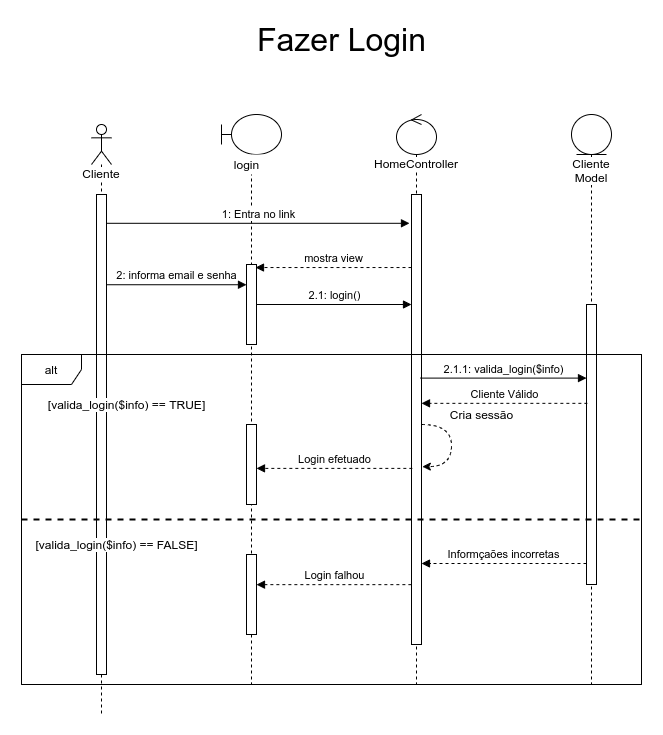
Above: docs/Diagramas/Diagrama-Sequência/Sequencia-Fazer login.drawio.png in joaopaulo7/GCC188-Projeto-Final (draw.io), before the change. Source tidied: cells renumbered, new cells last; positions are measured from the earlier drawing's top-left corner, leaving out a move shared by most shapes. Source of this version:
```xml
<mxGraphModel>
  <root>
    <mxCell id="0" />
    <mxCell id="1" parent="0" />
    <mxCell id="2" value="alt" style="shape=umlFrame;whiteSpace=wrap;html=1;labelBackgroundColor=#FFFFFF;" parent="1" vertex="1">
      <mxGeometry y="330" width="620" height="330" as="geometry" />
    </mxCell>
    <mxCell id="3" value="&lt;span style=&quot;background-color: rgb(255 , 255 , 255)&quot;&gt;Cliente&lt;/span&gt;" style="shape=umlLifeline;participant=umlActor;perimeter=lifelinePerimeter;whiteSpace=wrap;html=1;verticalAlign=top;spacingTop=36;" parent="1" vertex="1">
      <mxGeometry x="70" y="100" width="20" height="590" as="geometry" />
    </mxCell>
    <mxCell id="4" style="html=1;points=[];perimeter=orthogonalPerimeter;fillColor=default;" parent="3" vertex="1">
      <mxGeometry x="5" y="70" width="10" height="480" as="geometry" />
    </mxCell>
    <mxCell id="5" style="shape=umlLifeline;participant=umlBoundary;perimeter=lifelinePerimeter;whiteSpace=wrap;html=1;verticalAlign=top;spacingTop=36;" parent="1" vertex="1">
      <mxGeometry x="200" y="90" width="60" height="570" as="geometry" />
    </mxCell>
    <mxCell id="6" value="login" style="text;html=1;align=center;verticalAlign=middle;fillColor=default;" parent="5" vertex="1">
      <mxGeometry x="5" y="40" width="40" height="20" as="geometry" />
    </mxCell>
    <mxCell id="7" style="html=1;points=[];perimeter=orthogonalPerimeter;fillColor=default;" parent="5" vertex="1">
      <mxGeometry x="25" y="150" width="10" height="80" as="geometry" />
    </mxCell>
    <mxCell id="8" style="html=1;points=[];perimeter=orthogonalPerimeter;labelBackgroundColor=#FFFFFF;fillColor=default;" parent="5" vertex="1">
      <mxGeometry x="25" y="310" width="10" height="80" as="geometry" />
    </mxCell>
    <mxCell id="9" style="html=1;points=[];perimeter=orthogonalPerimeter;labelBackgroundColor=#FFFFFF;fillColor=default;" parent="5" vertex="1">
      <mxGeometry x="25" y="440" width="10" height="80" as="geometry" />
    </mxCell>
    <mxCell id="10" value="&lt;span style=&quot;background-color: rgb(255 , 255 , 255)&quot;&gt;HomeController&lt;/span&gt;" style="shape=umlLifeline;participant=umlControl;perimeter=lifelinePerimeter;whiteSpace=wrap;html=1;verticalAlign=top;spacingTop=36;fillColor=default;" parent="1" vertex="1">
      <mxGeometry x="375" y="90" width="40" height="570" as="geometry" />
    </mxCell>
    <mxCell id="11" style="html=1;points=[];perimeter=orthogonalPerimeter;labelBackgroundColor=#FFFFFF;fillColor=default;" parent="10" vertex="1">
      <mxGeometry x="15" y="80" width="10" height="450" as="geometry" />
    </mxCell>
    <mxCell id="12" value="2: informa email e senha" style="html=1;verticalAlign=bottom;endArrow=block;rounded=0;exitX=1;exitY=0.188;exitDx=0;exitDy=0;exitPerimeter=0;" parent="1" edge="1" source="4" target="7">
      <mxGeometry relative="1" as="geometry" />
    </mxCell>
    <mxCell id="13" value="Cliente Model" style="shape=umlLifeline;participant=umlEntity;perimeter=lifelinePerimeter;whiteSpace=wrap;html=1;verticalAlign=top;spacingTop=36;labelBackgroundColor=#FFFFFF;fillColor=default;" parent="1" vertex="1">
      <mxGeometry x="550" y="90" width="40" height="570" as="geometry" />
    </mxCell>
    <mxCell id="14" style="html=1;points=[];perimeter=orthogonalPerimeter;labelBackgroundColor=#FFFFFF;fillColor=default;" parent="13" vertex="1">
      <mxGeometry x="15" y="190" width="10" height="280" as="geometry" />
    </mxCell>
    <mxCell id="15" value="2.1.1: valida_login($info)" style="html=1;verticalAlign=bottom;endArrow=block;rounded=0;exitX=0.9;exitY=0.408;exitDx=0;exitDy=0;exitPerimeter=0;" parent="1" edge="1" source="11" target="14">
      <mxGeometry relative="1" as="geometry" />
    </mxCell>
    <mxCell id="16" value="Cliente Válido" style="html=1;verticalAlign=bottom;endArrow=block;rounded=0;dashed=1;exitX=0.086;exitY=0.353;exitDx=0;exitDy=0;exitPerimeter=0;" parent="1" edge="1" source="14" target="11">
      <mxGeometry relative="1" as="geometry" />
    </mxCell>
    <mxCell id="17" value="Cria sessão" style="text;html=1;align=center;verticalAlign=middle;strokeColor=none;fillColor=none;" parent="1" vertex="1">
      <mxGeometry x="420" y="380" width="80" height="20" as="geometry" />
    </mxCell>
    <mxCell id="18" value="Login efetuado" style="html=1;verticalAlign=bottom;endArrow=block;rounded=0;exitX=0.083;exitY=0.953;exitDx=0;exitDy=0;exitPerimeter=0;dashed=1;" parent="1" edge="1" target="8">
      <mxGeometry relative="1" as="geometry">
        <mxPoint x="390.8" y="443.9" as="sourcePoint" />
      </mxGeometry>
    </mxCell>
    <mxCell id="19" value="&lt;font style=&quot;font-size: 32px&quot;&gt;Fazer Login&lt;/font&gt;" style="text;html=1;align=center;verticalAlign=middle;strokeColor=none;fillColor=none;" parent="1" vertex="1">
      <mxGeometry x="230" width="180" height="30" as="geometry" />
    </mxCell>
    <mxCell id="20" value="2.1: login()" style="html=1;verticalAlign=bottom;endArrow=block;rounded=0;" parent="1" edge="1" source="7" target="11">
      <mxGeometry relative="1" as="geometry" />
    </mxCell>
    <mxCell id="21" value="1: Entra no link" style="html=1;verticalAlign=bottom;endArrow=block;rounded=0;entryX=-0.2;entryY=0.064;entryDx=0;entryDy=0;entryPerimeter=0;" parent="1" edge="1" source="4" target="11">
      <mxGeometry relative="1" as="geometry" />
    </mxCell>
    <mxCell id="22" value="mostra view" style="html=1;verticalAlign=bottom;endArrow=block;rounded=0;dashed=1;entryX=0.9;entryY=0.038;entryDx=0;entryDy=0;entryPerimeter=0;" parent="1" edge="1" source="11" target="7">
      <mxGeometry relative="1" as="geometry" />
    </mxCell>
    <mxCell id="23" style="swimlane;startSize=0;labelBackgroundColor=#FFFFFF;" parent="1" vertex="1">
      <mxGeometry y="330" width="620" height="330" as="geometry" />
    </mxCell>
    <mxCell id="24" value="&lt;span style=&quot;background-color: rgb(255 , 255 , 255)&quot;&gt;[valida_login($info) == TRUE]&lt;/span&gt;" style="text;html=1;align=center;verticalAlign=middle;strokeColor=none;fillColor=none;" parent="23" vertex="1">
      <mxGeometry x="20" y="40" width="170" height="20" as="geometry" />
    </mxCell>
    <mxCell id="25" value="&lt;span style=&quot;background-color: rgb(255 , 255 , 255)&quot;&gt;[valida_login($info) == FALSE]&lt;/span&gt;" style="text;html=1;align=center;verticalAlign=middle;strokeColor=none;fillColor=none;" parent="23" vertex="1">
      <mxGeometry x="5" y="180" width="180" height="20" as="geometry" />
    </mxCell>
    <mxCell id="26" value="Informçaões incorretas" style="html=1;verticalAlign=bottom;endArrow=block;rounded=0;dashed=1;" parent="23" edge="1" source="14">
      <mxGeometry relative="1" as="geometry">
        <mxPoint x="400" y="209" as="targetPoint" />
      </mxGeometry>
    </mxCell>
    <mxCell id="27" style="endArrow=none;dashed=1;html=1;rounded=0;strokeWidth=2;exitX=0;exitY=0.5;exitDx=0;exitDy=0;entryX=1;entryY=0.5;entryDx=0;entryDy=0;" parent="1" edge="1" source="23" target="23">
      <mxGeometry relative="1" as="geometry" />
    </mxCell>
    <mxCell id="28" style="edgeStyle=orthogonalEdgeStyle;rounded=0;orthogonalLoop=1;jettySize=auto;html=1;entryX=1.083;entryY=0.824;entryDx=0;entryDy=0;entryPerimeter=0;curved=1;dashed=1;" parent="1" edge="1">
      <mxGeometry relative="1" as="geometry">
        <mxPoint x="400" y="400" as="sourcePoint" />
        <mxPoint x="400.8" y="442.1" as="targetPoint" />
        <Array as="points">
          <mxPoint x="430" y="400" />
          <mxPoint x="430" y="442" />
        </Array>
      </mxGeometry>
    </mxCell>
    <mxCell id="29" value="Login falhou" style="html=1;verticalAlign=bottom;endArrow=block;rounded=0;dashed=1;exitX=-0.014;exitY=0.867;exitDx=0;exitDy=0;exitPerimeter=0;" parent="1" edge="1" source="11" target="9">
      <mxGeometry relative="1" as="geometry" />
    </mxCell>
  </root>
</mxGraphModel>
```
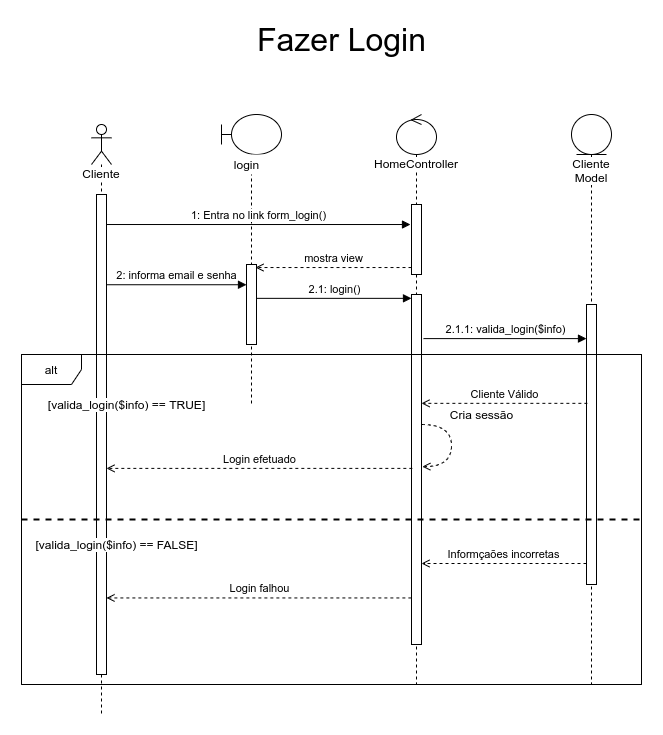
Above is the later version.

What changed in the source:
```diff
@@ -12,7 +12,7 @@
       <mxGeometry x="5" y="70" width="10" height="480" as="geometry" />
     </mxCell>
     <mxCell id="5" style="shape=umlLifeline;participant=umlBoundary;perimeter=lifelinePerimeter;whiteSpace=wrap;html=1;verticalAlign=top;spacingTop=36;" parent="1" vertex="1">
-      <mxGeometry x="200" y="90" width="60" height="570" as="geometry" />
+      <mxGeometry x="200" y="90" width="60" height="290" as="geometry" />
     </mxCell>
     <mxCell id="6" value="login" style="text;html=1;align=center;verticalAlign=middle;fillColor=default;" parent="5" vertex="1">
       <mxGeometry x="5" y="40" width="40" height="20" as="geometry" />
@@ -20,18 +20,15 @@
     <mxCell id="7" style="html=1;points=[];perimeter=orthogonalPerimeter;fillColor=default;" parent="5" vertex="1">
       <mxGeometry x="25" y="150" width="10" height="80" as="geometry" />
     </mxCell>
-    <mxCell id="8" style="html=1;points=[];perimeter=orthogonalPerimeter;labelBackgroundColor=#FFFFFF;fillColor=default;" parent="5" vertex="1">
-      <mxGeometry x="25" y="310" width="10" height="80" as="geometry" />
-    </mxCell>
-    <mxCell id="9" style="html=1;points=[];perimeter=orthogonalPerimeter;labelBackgroundColor=#FFFFFF;fillColor=default;" parent="5" vertex="1">
-      <mxGeometry x="25" y="440" width="10" height="80" as="geometry" />
-    </mxCell>
     <mxCell id="10" value="&lt;span style=&quot;background-color: rgb(255 , 255 , 255)&quot;&gt;HomeController&lt;/span&gt;" style="shape=umlLifeline;participant=umlControl;perimeter=lifelinePerimeter;whiteSpace=wrap;html=1;verticalAlign=top;spacingTop=36;fillColor=default;" parent="1" vertex="1">
       <mxGeometry x="375" y="90" width="40" height="570" as="geometry" />
     </mxCell>
     <mxCell id="11" style="html=1;points=[];perimeter=orthogonalPerimeter;labelBackgroundColor=#FFFFFF;fillColor=default;" parent="10" vertex="1">
-      <mxGeometry x="15" y="80" width="10" height="450" as="geometry" />
+      <mxGeometry x="15" y="180" width="10" height="350" as="geometry" />
     </mxCell>
+    <mxCell id="30" style="html=1;points=[];perimeter=orthogonalPerimeter;" parent="10" vertex="1">
+      <mxGeometry x="15" y="90" width="10" height="70" as="geometry" />
+    </mxCell>
     <mxCell id="12" value="2: informa email e senha" style="html=1;verticalAlign=bottom;endArrow=block;rounded=0;exitX=1;exitY=0.188;exitDx=0;exitDy=0;exitPerimeter=0;" parent="1" edge="1" source="4" target="7">
       <mxGeometry relative="1" as="geometry" />
     </mxCell>
@@ -41,16 +38,16 @@
     <mxCell id="14" style="html=1;points=[];perimeter=orthogonalPerimeter;labelBackgroundColor=#FFFFFF;fillColor=default;" parent="13" vertex="1">
       <mxGeometry x="15" y="190" width="10" height="280" as="geometry" />
     </mxCell>
-    <mxCell id="15" value="2.1.1: valida_login($info)" style="html=1;verticalAlign=bottom;endArrow=block;rounded=0;exitX=0.9;exitY=0.408;exitDx=0;exitDy=0;exitPerimeter=0;" parent="1" edge="1" source="11" target="14">
+    <mxCell id="15" value="2.1.1: valida_login($info)" style="html=1;verticalAlign=bottom;endArrow=block;rounded=0;exitX=1.2;exitY=0.126;exitDx=0;exitDy=0;exitPerimeter=0;" parent="1" edge="1" source="11" target="14">
       <mxGeometry relative="1" as="geometry" />
     </mxCell>
-    <mxCell id="16" value="Cliente Válido" style="html=1;verticalAlign=bottom;endArrow=block;rounded=0;dashed=1;exitX=0.086;exitY=0.353;exitDx=0;exitDy=0;exitPerimeter=0;" parent="1" edge="1" source="14" target="11">
+    <mxCell id="16" value="Cliente Válido" style="html=1;verticalAlign=bottom;endArrow=open;rounded=0;dashed=1;exitX=0.086;exitY=0.353;exitDx=0;exitDy=0;exitPerimeter=0;endFill=0;" parent="1" edge="1" source="14" target="11">
       <mxGeometry relative="1" as="geometry" />
     </mxCell>
     <mxCell id="17" value="Cria sessão" style="text;html=1;align=center;verticalAlign=middle;strokeColor=none;fillColor=none;" parent="1" vertex="1">
       <mxGeometry x="420" y="380" width="80" height="20" as="geometry" />
     </mxCell>
-    <mxCell id="18" value="Login efetuado" style="html=1;verticalAlign=bottom;endArrow=block;rounded=0;exitX=0.083;exitY=0.953;exitDx=0;exitDy=0;exitPerimeter=0;dashed=1;" parent="1" edge="1" target="8">
+    <mxCell id="18" value="Login efetuado" style="html=1;verticalAlign=bottom;endArrow=open;rounded=0;exitX=0.083;exitY=0.953;exitDx=0;exitDy=0;exitPerimeter=0;dashed=1;endFill=0;" parent="1" edge="1" target="4">
       <mxGeometry relative="1" as="geometry">
         <mxPoint x="390.8" y="443.9" as="sourcePoint" />
       </mxGeometry>
@@ -58,13 +55,13 @@
     <mxCell id="19" value="&lt;font style=&quot;font-size: 32px&quot;&gt;Fazer Login&lt;/font&gt;" style="text;html=1;align=center;verticalAlign=middle;strokeColor=none;fillColor=none;" parent="1" vertex="1">
       <mxGeometry x="230" width="180" height="30" as="geometry" />
     </mxCell>
-    <mxCell id="20" value="2.1: login()" style="html=1;verticalAlign=bottom;endArrow=block;rounded=0;" parent="1" edge="1" source="7" target="11">
+    <mxCell id="20" value="2.1: login()" style="html=1;verticalAlign=bottom;endArrow=block;rounded=0;entryX=0;entryY=0.011;entryDx=0;entryDy=0;entryPerimeter=0;" parent="1" edge="1" source="7" target="11">
       <mxGeometry relative="1" as="geometry" />
     </mxCell>
-    <mxCell id="21" value="1: Entra no link" style="html=1;verticalAlign=bottom;endArrow=block;rounded=0;entryX=-0.2;entryY=0.064;entryDx=0;entryDy=0;entryPerimeter=0;" parent="1" edge="1" source="4" target="11">
+    <mxCell id="21" value="1: Entra no link form_login()" style="html=1;verticalAlign=bottom;endArrow=block;rounded=0;entryX=-0.1;entryY=0.286;entryDx=0;entryDy=0;entryPerimeter=0;" parent="1" edge="1" source="4" target="30">
       <mxGeometry relative="1" as="geometry" />
     </mxCell>
-    <mxCell id="22" value="mostra view" style="html=1;verticalAlign=bottom;endArrow=block;rounded=0;dashed=1;entryX=0.9;entryY=0.038;entryDx=0;entryDy=0;entryPerimeter=0;" parent="1" edge="1" source="11" target="7">
+    <mxCell id="22" value="mostra view" style="html=1;verticalAlign=bottom;endArrow=open;rounded=0;dashed=1;entryX=0.9;entryY=0.038;entryDx=0;entryDy=0;entryPerimeter=0;endFill=0;" parent="1" edge="1" source="30" target="7">
       <mxGeometry relative="1" as="geometry" />
     </mxCell>
     <mxCell id="23" style="swimlane;startSize=0;labelBackgroundColor=#FFFFFF;" parent="1" vertex="1">
@@ -76,7 +73,7 @@
     <mxCell id="25" value="&lt;span style=&quot;background-color: rgb(255 , 255 , 255)&quot;&gt;[valida_login($info) == FALSE]&lt;/span&gt;" style="text;html=1;align=center;verticalAlign=middle;strokeColor=none;fillColor=none;" parent="23" vertex="1">
       <mxGeometry x="5" y="180" width="180" height="20" as="geometry" />
     </mxCell>
-    <mxCell id="26" value="Informçaões incorretas" style="html=1;verticalAlign=bottom;endArrow=block;rounded=0;dashed=1;" parent="23" edge="1" source="14">
+    <mxCell id="26" value="Informçaões incorretas" style="html=1;verticalAlign=bottom;endArrow=open;rounded=0;dashed=1;endFill=0;" parent="23" edge="1" source="14">
       <mxGeometry relative="1" as="geometry">
         <mxPoint x="400" y="209" as="targetPoint" />
       </mxGeometry>
@@ -84,7 +81,7 @@
     <mxCell id="27" style="endArrow=none;dashed=1;html=1;rounded=0;strokeWidth=2;exitX=0;exitY=0.5;exitDx=0;exitDy=0;entryX=1;entryY=0.5;entryDx=0;entryDy=0;" parent="1" edge="1" source="23" target="23">
       <mxGeometry relative="1" as="geometry" />
     </mxCell>
-    <mxCell id="28" style="edgeStyle=orthogonalEdgeStyle;rounded=0;orthogonalLoop=1;jettySize=auto;html=1;entryX=1.083;entryY=0.824;entryDx=0;entryDy=0;entryPerimeter=0;curved=1;dashed=1;" parent="1" edge="1">
+    <mxCell id="28" style="edgeStyle=orthogonalEdgeStyle;rounded=0;orthogonalLoop=1;jettySize=auto;html=1;entryX=1.083;entryY=0.824;entryDx=0;entryDy=0;entryPerimeter=0;curved=1;dashed=1;endArrow=open;endFill=0;" parent="1" edge="1">
       <mxGeometry relative="1" as="geometry">
         <mxPoint x="400" y="400" as="sourcePoint" />
         <mxPoint x="400.8" y="442.1" as="targetPoint" />
@@ -94,7 +91,7 @@
         </Array>
       </mxGeometry>
     </mxCell>
-    <mxCell id="29" value="Login falhou" style="html=1;verticalAlign=bottom;endArrow=block;rounded=0;dashed=1;exitX=-0.014;exitY=0.867;exitDx=0;exitDy=0;exitPerimeter=0;" parent="1" edge="1" source="11" target="9">
+    <mxCell id="29" value="Login falhou" style="html=1;verticalAlign=bottom;endArrow=open;rounded=0;dashed=1;exitX=-0.014;exitY=0.867;exitDx=0;exitDy=0;exitPerimeter=0;endFill=0;" parent="1" edge="1" source="11" target="4">
       <mxGeometry relative="1" as="geometry" />
     </mxCell>
   </root>
```
